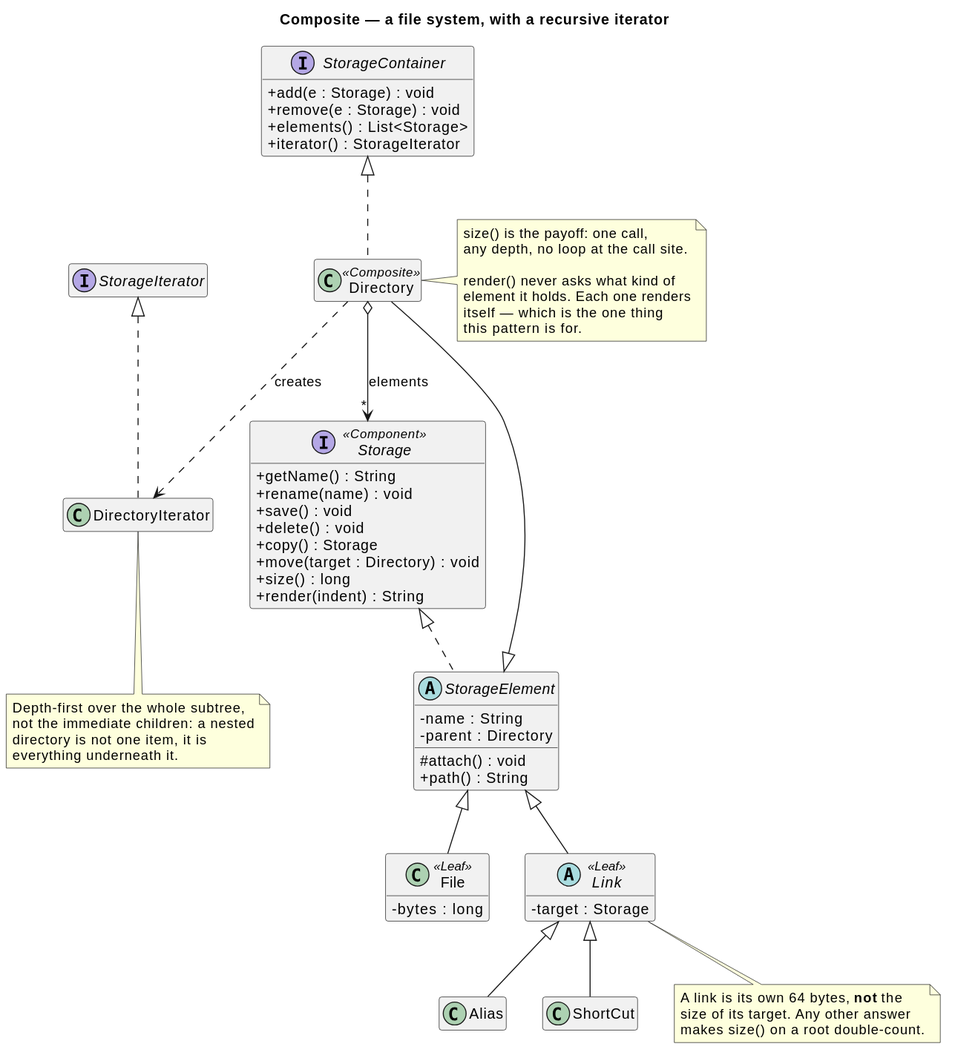
Before: src/main/java/dev/kaldiroglu/dp/structural/composite/fileSystem/uml/Composite - File System - Class Diagram.svg, a diagram exported from PlantUML (kaldiroglu/DesignPatternsWithJava).
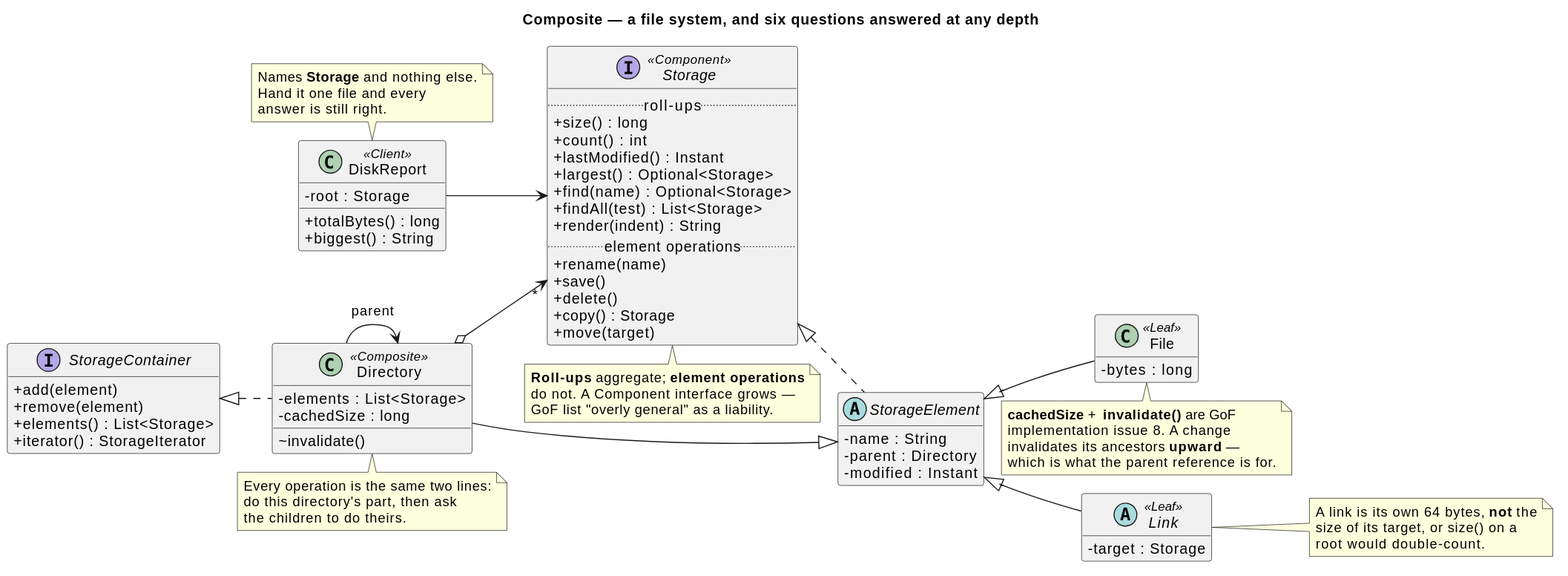
The same file after the commit.

Commit message:
Give the Composite fileSystem example five more roll-ups and a cache

Diff of the diagram source:
```diff
@@ -1,79 +1,100 @@
 @startuml
 skinparam classAttributeIconSize 0
 hide empty members
-title Composite — a file system, with a recursive iterator
+title Composite — a file system, and six questions answered at any depth
 
 
+left to right direction
+skinparam ranksep 16
+skinparam nodesep 18
+
 interface Storage <<Component>> {
-  + getName() : String
-  + rename(name) : void
-  + save() : void
-  + delete() : void
+  .. roll-ups ..
+  + size() : long
+  + count() : int
+  + lastModified() : Instant
+  + largest() : Optional<Storage>
+  + find(name) : Optional<Storage>
+  + findAll(test) : List<Storage>
+  + render(indent) : String
+  .. element operations ..
+  + rename(name)
+  + save()
+  + delete()
   + copy() : Storage
-  + move(target : Directory) : void
-  + size() : long
-  + render(indent) : String
+  + move(target)
+}
+
+interface StorageContainer {
+  + add(element)
+  + remove(element)
+  + elements() : List<Storage>
+  + iterator() : StorageIterator
 }
 
 abstract class StorageElement {
   - name : String
   - parent : Directory
-  # attach() : void
-  + path() : String
+  - modified : Instant
 }
 
 class File <<Leaf>> {
   - bytes : long
 }
+
 abstract class Link <<Leaf>> {
   - target : Storage
 }
-class Alias
-class ShortCut
 
-interface StorageContainer {
-  + add(e : Storage) : void
-  + remove(e : Storage) : void
-  + elements() : List<Storage>
-  + iterator() : StorageIterator
+class Directory <<Composite>> {
+  - elements : List<Storage>
+  - cachedSize : long
+  ~ invalidate()
 }
 
-class Directory <<Composite>>
-
-interface StorageIterator
-class DirectoryIterator
+class DiskReport <<Client>> {
+  - root : Storage
+  + totalBytes() : long
+  + biggest() : String
+}
 
 Storage <|.. StorageElement
 StorageElement <|-- File
 StorageElement <|-- Link
-Link <|-- Alias
-Link <|-- ShortCut
 StorageElement <|-- Directory
 StorageContainer <|.. Directory
-Directory o--> "*" Storage : elements
-Directory ..> DirectoryIterator : creates
-StorageIterator <|.. DirectoryIterator
+Directory o--> "*" Storage
+Directory --> Directory : "parent"
+DiskReport --> Storage
 
-note right of Directory
-  size() is the payoff: one call,
-  any depth, no loop at the call site.
-
-  render() never asks what kind of
-  element it holds. Each one renders
-  itself — which is the one thing
-  this pattern is for.
+note bottom of Directory
+  Every operation is the same two lines:
+  do this directory's part, then ask
+  the children to do theirs.
 end note
 
-note bottom of Link
-  A link is its own 64 bytes, <b>not</b> the
-  size of its target. Any other answer
-  makes size() on a root double-count.
+note top of DiskReport
+  Names <b>Storage</b> and nothing else.
+  Hand it one file and every
+  answer is still right.
 end note
 
-note bottom of DirectoryIterator
-  Depth-first over the whole subtree,
-  not the immediate children: a nested
-  directory is not one item, it is
-  everything underneath it.
+note bottom of Storage
+  <b>Roll-ups</b> aggregate; <b>element operations</b>
+  do not. A Component interface grows —
+  GoF list "overly general" as a liability.
+end note
+
+note right of Link
+  A link is its own 64 bytes, <b>not</b> the
+  size of its target, or size() on a
+  root would double-count.
+end note
+
+note bottom of File
+  <b>cachedSize</b> + <b>invalidate()</b> are GoF
+  implementation issue 8. A change
+  invalidates its ancestors <b>upward</b> —
+  which is what the parent reference is for.
 end note
 @enduml
```
